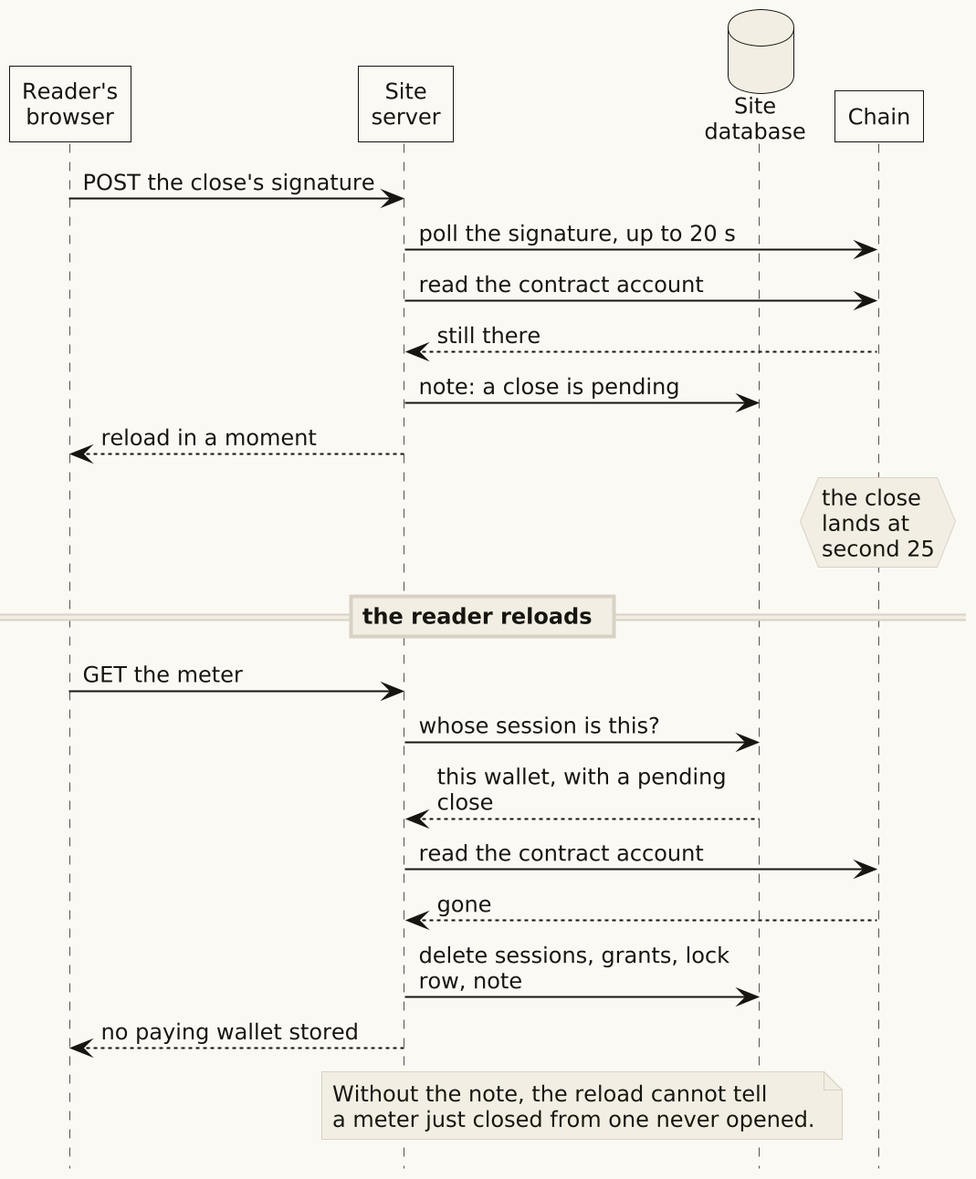
The PlantUML diagram public/assets/img/two-orderings-late-close-light.png in wbreeze/sol-pay-demonstrator, before a commit. The source it was exported from:
```plantuml
@startuml
!$theme = "light"
!include style.iuml
$lifelines()

B -> S : POST the close's signature
S -> C : poll the signature, up to 20 s
S -> C : read the contract account
C --> S : still there
S -> D : note: a close is pending
S --> B : reload in a moment
hnote over C : the close\nlands at\nsecond 25

== the reader reloads ==

B -> S : GET the meter
S -> D : whose session is this?
D --> S : this wallet, with a pending close
S -> C : read the contract account
C --> S : gone
S -> D : delete sessions, grants, lock row, note
S --> B : no paying wallet stored

note over S, D
  Without the note, the reload cannot tell
  a meter just closed from one never opened.
end note
@enduml
```
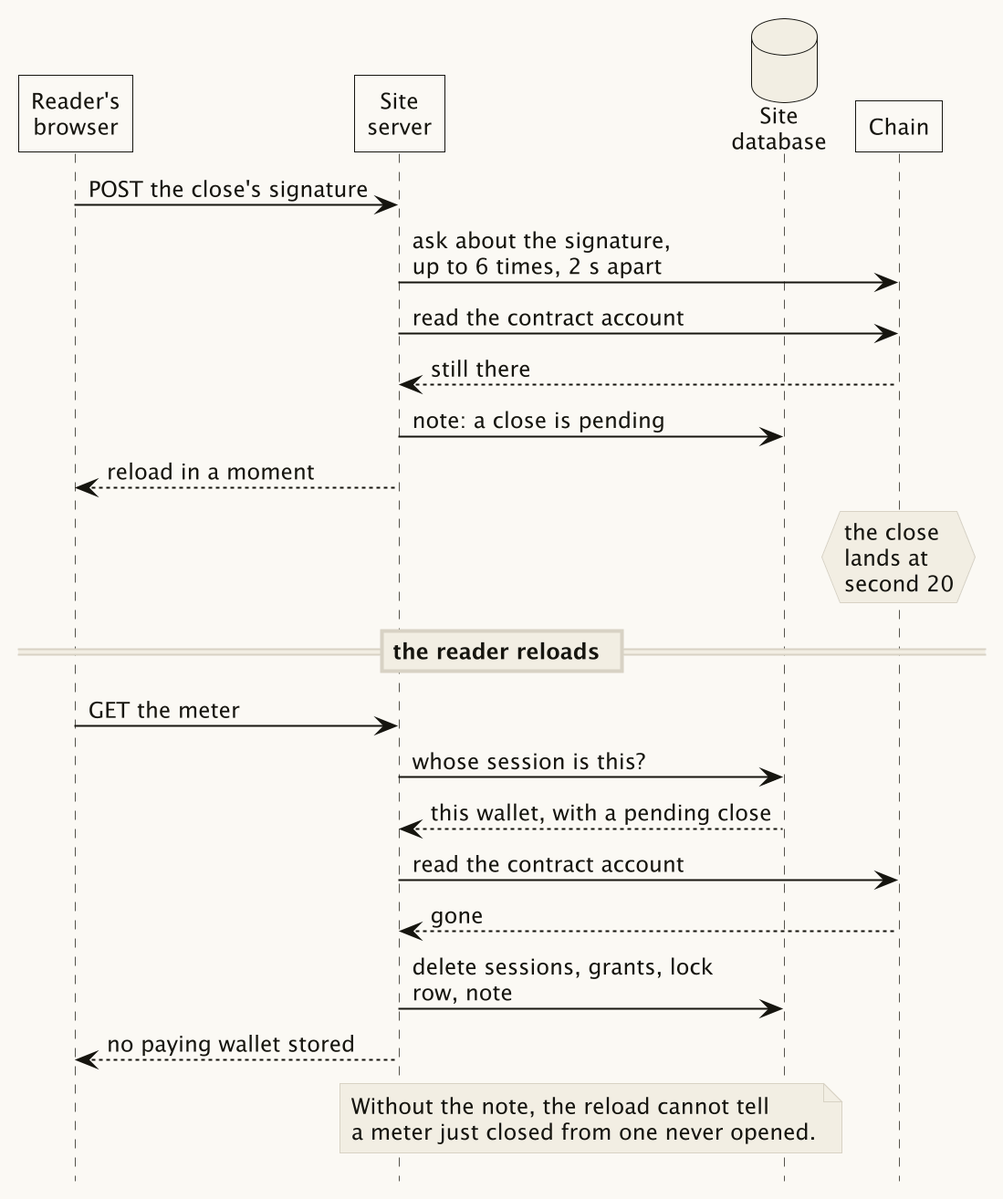
The same diagram one commit later.

The edit, as a diff of the source:
```diff
@@ -4,12 +4,12 @@
 $lifelines()
 
 B -> S : POST the close's signature
-S -> C : poll the signature, up to 20 s
+S -> C : ask about the signature,\nup to 6 times, 2 s apart
 S -> C : read the contract account
 C --> S : still there
 S -> D : note: a close is pending
 S --> B : reload in a moment
-hnote over C : the close\nlands at\nsecond 25
+hnote over C : the close\nlands at\nsecond 20
 
 == the reader reloads ==
 
```
